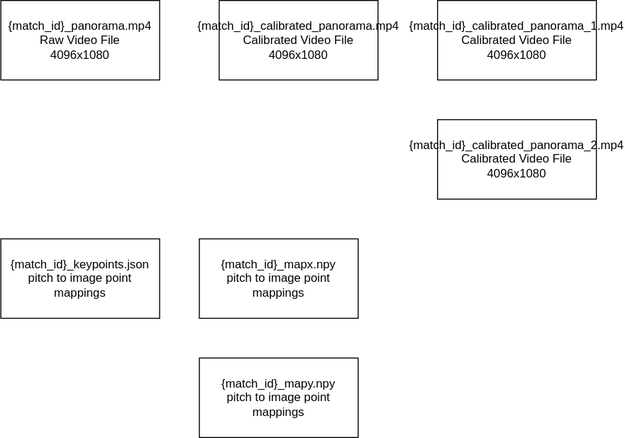
Above: diagrams/ground-truth-creation.drawio.svg in AtomScott/SoccerTrack-v2 (draw.io), before the change. Source tidied: cells renumbered, new cells last; positions are measured from the earlier drawing's top-left corner, leaving out a move shared by most shapes.
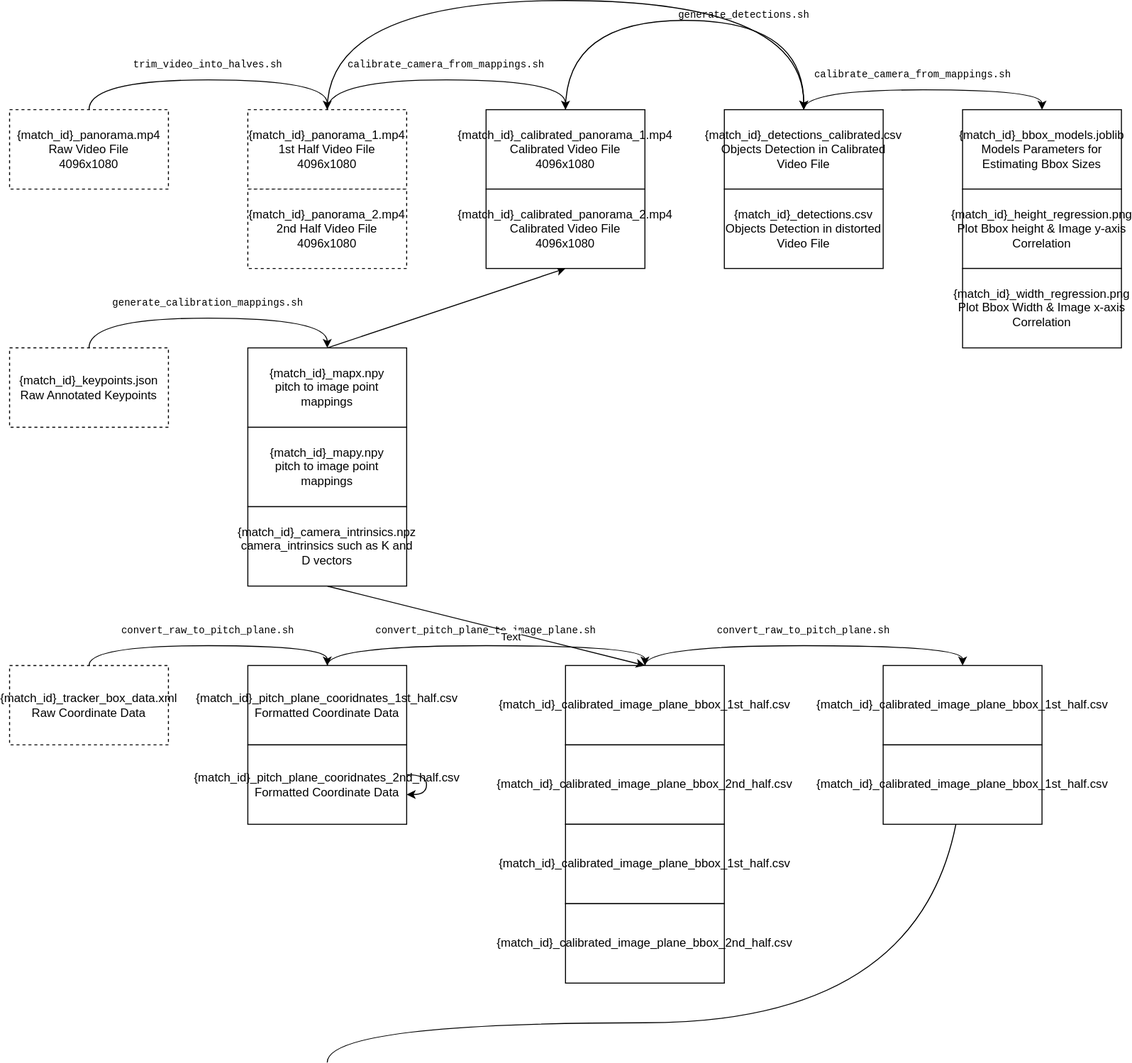
Above is the later version.

Diff of the diagram source:
```diff
@@ -2,26 +2,195 @@
   <root>
     <mxCell id="0" />
     <mxCell id="1" parent="0" />
+    <mxCell id="9" style="edgeStyle=orthogonalEdgeStyle;curved=1;html=1;exitX=0.5;exitY=0;exitDx=0;exitDy=0;entryX=0.5;entryY=0;entryDx=0;entryDy=0;" parent="1" edge="1" source="2" target="3">
+      <mxGeometry relative="1" as="geometry">
+        <Array as="points">
+          <mxPoint x="40" y="-30" />
+          <mxPoint x="280" y="-30" />
+        </Array>
+      </mxGeometry>
+    </mxCell>
+    <mxCell id="10" style="edgeStyle=orthogonalEdgeStyle;curved=1;html=1;exitX=0.5;exitY=0;exitDx=0;exitDy=0;entryX=0.5;entryY=0;entryDx=0;entryDy=0;" parent="1" edge="1" source="2" target="43">
+      <mxGeometry relative="1" as="geometry">
+        <Array as="points">
+          <mxPoint x="40" y="-110" />
+          <mxPoint x="520" y="-110" />
+        </Array>
+      </mxGeometry>
+    </mxCell>
-    <mxCell id="2" value="{match_id}_panorama.mp4&lt;br&gt;Raw Video File&lt;br&gt;4096x1080" style="whiteSpace=wrap;html=1;" parent="1" vertex="1">
-      <mxGeometry width="160" height="80" as="geometry" />
+    <mxCell id="2" value="{match_id}_panorama_1.mp4&lt;br&gt;1st Half Video File&lt;br&gt;4096x1080" style="whiteSpace=wrap;html=1;dashed=1;" parent="1" vertex="1">
+      <mxGeometry x="-40" width="160" height="80" as="geometry" />
     </mxCell>
+    <mxCell id="11" style="edgeStyle=orthogonalEdgeStyle;curved=1;html=1;exitX=0.5;exitY=0;exitDx=0;exitDy=0;entryX=0.5;entryY=0;entryDx=0;entryDy=0;" parent="1" edge="1" source="3" target="43">
+      <mxGeometry relative="1" as="geometry">
+        <Array as="points">
+          <mxPoint x="280" y="-90" />
+          <mxPoint x="520" y="-90" />
+        </Array>
+      </mxGeometry>
+    </mxCell>
-    <mxCell id="3" value="{match_id}_calibrated_panorama.mp4&lt;br&gt;Calibrated Video File&lt;br&gt;4096x1080" style="whiteSpace=wrap;html=1;" parent="1" vertex="1">
-      <mxGeometry x="220" width="160" height="80" as="geometry" />
+    <mxCell id="3" value="{match_id}_calibrated_panorama_1.mp4&lt;br&gt;Calibrated Video File&lt;br&gt;4096x1080" style="whiteSpace=wrap;html=1;" parent="1" vertex="1">
+      <mxGeometry x="200" width="160" height="80" as="geometry" />
     </mxCell>
-    <mxCell id="4" value="{match_id}_calibrated_panorama_1.mp4&lt;br&gt;Calibrated Video File&lt;br&gt;4096x1080" style="whiteSpace=wrap;html=1;" parent="1" vertex="1">
-      <mxGeometry x="440" width="160" height="80" as="geometry" />
-    </mxCell>
-    <mxCell id="5" value="{match_id}_calibrated_panorama_2.mp4&lt;br&gt;Calibrated Video File&lt;br&gt;4096x1080" style="whiteSpace=wrap;html=1;" parent="1" vertex="1">
-      <mxGeometry x="440" y="120" width="160" height="80" as="geometry" />
-    </mxCell>
-    <mxCell id="6" value="{match_id}_keypoints.json&lt;br&gt;pitch to image point mappings" style="whiteSpace=wrap;html=1;" parent="1" vertex="1">
-      <mxGeometry y="240" width="160" height="80" as="geometry" />
+    <mxCell id="6" value="{match_id}_keypoints.json&lt;br&gt;Raw Annotated Keypoints" style="whiteSpace=wrap;html=1;dashed=1;" parent="1" vertex="1">
+      <mxGeometry x="-280" y="240" width="160" height="80" as="geometry" />
     </mxCell>
+    <mxCell id="12" style="edgeStyle=none;html=1;exitX=0.5;exitY=0;exitDx=0;exitDy=0;entryX=0.5;entryY=1;entryDx=0;entryDy=0;" parent="1" edge="1" source="7" target="5">
+      <mxGeometry relative="1" as="geometry" />
+    </mxCell>
     <mxCell id="7" value="{match_id}_mapx.npy&lt;br&gt;pitch to image point mappings" style="whiteSpace=wrap;html=1;" parent="1" vertex="1">
-      <mxGeometry x="200" y="240" width="160" height="80" as="geometry" />
+      <mxGeometry x="-40" y="240" width="160" height="80" as="geometry" />
     </mxCell>
     <mxCell id="8" value="{match_id}_mapy.npy&lt;br&gt;pitch to image point mappings" style="whiteSpace=wrap;html=1;" parent="1" vertex="1">
-      <mxGeometry x="200" y="360" width="160" height="80" as="geometry" />
+      <mxGeometry x="-40" y="320" width="160" height="80" as="geometry" />
     </mxCell>
+    <mxCell id="13" style="edgeStyle=orthogonalEdgeStyle;curved=1;html=1;exitX=0.5;exitY=0;exitDx=0;exitDy=0;entryX=0.5;entryY=0;entryDx=0;entryDy=0;" parent="1" edge="1" source="14" target="16">
+      <mxGeometry relative="1" as="geometry">
+        <Array as="points">
+          <mxPoint x="-200" y="540" />
+          <mxPoint x="40" y="540" />
+        </Array>
+      </mxGeometry>
+    </mxCell>
+    <mxCell id="14" value="{match_id}_tracker_box_data.xml&lt;br&gt;Raw Coordinate Data" style="whiteSpace=wrap;html=1;dashed=1;" parent="1" vertex="1">
+      <mxGeometry x="-280" y="560" width="160" height="80" as="geometry" />
+    </mxCell>
+    <mxCell id="15" style="edgeStyle=orthogonalEdgeStyle;curved=1;html=1;exitX=0.5;exitY=0;exitDx=0;exitDy=0;entryX=0.5;entryY=0;entryDx=0;entryDy=0;" parent="1" edge="1" source="16" target="17">
+      <mxGeometry relative="1" as="geometry">
+        <Array as="points">
+          <mxPoint x="40" y="540" />
+          <mxPoint x="360" y="540" />
+        </Array>
+      </mxGeometry>
+    </mxCell>
+    <mxCell id="16" value="{match_id}_pitch_plane_cooridnates_1st_half.csv&lt;br&gt;Formatted Coordinate&amp;nbsp;Data" style="whiteSpace=wrap;html=1;" parent="1" vertex="1">
+      <mxGeometry x="-40" y="560" width="160" height="80" as="geometry" />
+    </mxCell>
+    <mxCell id="17" value="{match_id}_calibrated_image_plane_bbox_1st_half.csv" style="whiteSpace=wrap;html=1;" parent="1" vertex="1">
+      <mxGeometry x="280" y="560" width="160" height="80" as="geometry" />
+    </mxCell>
+    <mxCell id="18" style="edgeStyle=orthogonalEdgeStyle;html=1;exitX=0.5;exitY=0;exitDx=0;exitDy=0;entryX=0.5;entryY=1;entryDx=0;entryDy=0;curved=1;" parent="1" edge="1" target="19">
+      <mxGeometry relative="1" as="geometry">
+        <mxPoint x="40" y="960" as="sourcePoint" />
+        <Array as="points">
+          <mxPoint x="40" y="920" />
+          <mxPoint x="680" y="920" />
+        </Array>
+      </mxGeometry>
+    </mxCell>
+    <mxCell id="19" value="{match_id}_calibrated_image_plane_bbox_1st_half.csv" style="whiteSpace=wrap;html=1;" parent="1" vertex="1">
+      <mxGeometry x="600" y="560" width="160" height="80" as="geometry" />
+    </mxCell>
+    <mxCell id="20" style="edgeStyle=orthogonalEdgeStyle;curved=1;html=1;exitX=0.5;exitY=0;exitDx=0;exitDy=0;entryX=0.5;entryY=0;entryDx=0;entryDy=0;" parent="1" edge="1">
+      <mxGeometry relative="1" as="geometry">
+        <mxPoint x="-200" y="240" as="sourcePoint" />
+        <mxPoint x="40" y="240" as="targetPoint" />
+        <Array as="points">
+          <mxPoint x="-200" y="210" />
+          <mxPoint x="40" y="210" />
+        </Array>
+      </mxGeometry>
+    </mxCell>
+    <mxCell id="21" value="generate_calibration_mappings.sh" style="text;strokeColor=none;align=center;fillColor=none;html=1;verticalAlign=middle;whiteSpace=wrap;rounded=0;fontFamily=Courier New;fontSize=10;" parent="1" vertex="1">
+      <mxGeometry x="-110" y="180" width="60" height="30" as="geometry" />
+    </mxCell>
+    <mxCell id="22" value="calibrate_camera_from_mappings.sh" style="text;strokeColor=none;align=center;fillColor=none;html=1;verticalAlign=middle;whiteSpace=wrap;rounded=0;fontFamily=Courier New;fontSize=10;" parent="1" vertex="1">
+      <mxGeometry x="130" y="-60" width="60" height="30" as="geometry" />
+    </mxCell>
+    <mxCell id="23" value="{match_id}_panorama.mp4&lt;br&gt;Raw Video File&lt;br&gt;4096x1080" style="whiteSpace=wrap;html=1;dashed=1;" parent="1" vertex="1">
+      <mxGeometry x="-280" width="160" height="80" as="geometry" />
+    </mxCell>
+    <mxCell id="24" style="edgeStyle=orthogonalEdgeStyle;curved=1;html=1;exitX=0.5;exitY=0;exitDx=0;exitDy=0;" parent="1" edge="1" source="23" target="2">
+      <mxGeometry relative="1" as="geometry">
+        <Array as="points">
+          <mxPoint x="-200" y="-30" />
+          <mxPoint x="40" y="-30" />
+        </Array>
+      </mxGeometry>
+    </mxCell>
+    <mxCell id="25" value="trim_video_into_halves.sh" style="text;strokeColor=none;align=center;fillColor=none;html=1;verticalAlign=middle;whiteSpace=wrap;rounded=0;fontFamily=Courier New;fontSize=10;" parent="1" vertex="1">
+      <mxGeometry x="-110" y="-60" width="60" height="30" as="geometry" />
+    </mxCell>
+    <mxCell id="26" value="{match_id}_panorama_2.mp4&lt;br&gt;2nd Half Video File&lt;br&gt;4096x1080" style="whiteSpace=wrap;html=1;dashed=1;" parent="1" vertex="1">
+      <mxGeometry x="-40" y="80" width="160" height="80" as="geometry" />
+    </mxCell>
+    <mxCell id="5" value="{match_id}_calibrated_panorama_2.mp4&lt;br&gt;Calibrated Video File&lt;br&gt;4096x1080" style="whiteSpace=wrap;html=1;" parent="1" vertex="1">
+      <mxGeometry x="200" y="80" width="160" height="80" as="geometry" />
+    </mxCell>
+    <mxCell id="27" value="convert_raw_to_pitch_plane.sh" style="text;strokeColor=none;align=center;fillColor=none;html=1;verticalAlign=middle;whiteSpace=wrap;rounded=0;fontFamily=Courier New;fontSize=10;" parent="1" vertex="1">
+      <mxGeometry x="-192" y="510" width="224" height="30" as="geometry" />
+    </mxCell>
+    <mxCell id="28" value="{match_id}_pitch_plane_cooridnates_2nd_half.csv&lt;br&gt;Formatted Coordinate&amp;nbsp;Data" style="whiteSpace=wrap;html=1;" parent="1" vertex="1">
+      <mxGeometry x="-40" y="640" width="160" height="80" as="geometry" />
+    </mxCell>
+    <mxCell id="29" style="edgeStyle=orthogonalEdgeStyle;curved=1;html=1;" parent="1" edge="1" source="28" target="28">
+      <mxGeometry relative="1" as="geometry" />
+    </mxCell>
+    <mxCell id="30" value="convert_pitch_plane_to_image_plane.sh" style="text;strokeColor=none;align=center;fillColor=none;html=1;verticalAlign=middle;whiteSpace=wrap;rounded=0;fontFamily=Courier New;fontSize=10;" parent="1" vertex="1">
+      <mxGeometry x="50" y="510" width="300" height="30" as="geometry" />
+    </mxCell>
+    <mxCell id="31" value="{match_id}_calibrated_image_plane_bbox_2nd_half.csv" style="whiteSpace=wrap;html=1;" parent="1" vertex="1">
+      <mxGeometry x="280" y="640" width="160" height="80" as="geometry" />
+    </mxCell>
+    <mxCell id="32" value="{match_id}_calibrated_image_plane_bbox_1st_half.csv" style="whiteSpace=wrap;html=1;" parent="1" vertex="1">
+      <mxGeometry x="280" y="720" width="160" height="80" as="geometry" />
+    </mxCell>
+    <mxCell id="33" value="{match_id}_calibrated_image_plane_bbox_2nd_half.csv" style="whiteSpace=wrap;html=1;" parent="1" vertex="1">
+      <mxGeometry x="280" y="800" width="160" height="80" as="geometry" />
+    </mxCell>
+    <mxCell id="34" style="html=1;exitX=0.5;exitY=1;exitDx=0;exitDy=0;entryX=0.5;entryY=0;entryDx=0;entryDy=0;" parent="1" edge="1" source="36" target="17">
+      <mxGeometry relative="1" as="geometry" />
+    </mxCell>
+    <mxCell id="35" value="Text" style="edgeLabel;html=1;align=center;verticalAlign=middle;" parent="34" vertex="1">
+      <mxGeometry x="0.16" y="-4" relative="1" as="geometry" />
+    </mxCell>
+    <mxCell id="36" value="{match_id}_camera_intrinsics.npz&lt;br&gt;camera_intrinsics such as K and D vectors" style="whiteSpace=wrap;html=1;" parent="1" vertex="1">
+      <mxGeometry x="-40" y="400" width="160" height="80" as="geometry" />
+    </mxCell>
+    <mxCell id="37" style="edgeStyle=orthogonalEdgeStyle;curved=1;html=1;exitX=0.5;exitY=0;exitDx=0;exitDy=0;entryX=0.5;entryY=0;entryDx=0;entryDy=0;" parent="1" edge="1">
+      <mxGeometry relative="1" as="geometry">
+        <mxPoint x="360" y="560" as="sourcePoint" />
+        <mxPoint x="680" y="560" as="targetPoint" />
+        <Array as="points">
+          <mxPoint x="360" y="540" />
+          <mxPoint x="680" y="540" />
+        </Array>
+      </mxGeometry>
+    </mxCell>
+    <mxCell id="38" value="convert_raw_to_pitch_plane.sh" style="text;strokeColor=none;align=center;fillColor=none;html=1;verticalAlign=middle;whiteSpace=wrap;rounded=0;fontFamily=Courier New;fontSize=10;" parent="1" vertex="1">
+      <mxGeometry x="370" y="510" width="300" height="30" as="geometry" />
+    </mxCell>
+    <mxCell id="39" value="{match_id}_calibrated_image_plane_bbox_1st_half.csv" style="whiteSpace=wrap;html=1;" parent="1" vertex="1">
+      <mxGeometry x="600" y="640" width="160" height="80" as="geometry" />
+    </mxCell>
+    <mxCell id="40" value="{match_id}_bbox_models.joblib&lt;br&gt;Models Parameters for Estimating Bbox Sizes" style="whiteSpace=wrap;html=1;" parent="1" vertex="1">
+      <mxGeometry x="680" width="160" height="80" as="geometry" />
+    </mxCell>
+    <mxCell id="41" value="{match_id}_height_regression.png&lt;br&gt;Plot Bbox height &amp;amp; Image y-axis Correlation" style="whiteSpace=wrap;html=1;" parent="1" vertex="1">
+      <mxGeometry x="680" y="80" width="160" height="80" as="geometry" />
+    </mxCell>
+    <mxCell id="42" value="{match_id}_width_regression.png&lt;br&gt;Plot Bbox Width &amp;amp; Image x-axis Correlation" style="whiteSpace=wrap;html=1;" parent="1" vertex="1">
+      <mxGeometry x="680" y="160" width="160" height="80" as="geometry" />
+    </mxCell>
+    <mxCell id="43" value="{match_id}_detections_calibrated.csv&lt;br&gt;Objects Detection in Calibrated Video File" style="whiteSpace=wrap;html=1;" parent="1" vertex="1">
+      <mxGeometry x="440" width="160" height="80" as="geometry" />
+    </mxCell>
+    <mxCell id="44" style="edgeStyle=orthogonalEdgeStyle;curved=1;html=1;exitX=0.5;exitY=0;exitDx=0;exitDy=0;" parent="1" edge="1" source="43" target="40">
+      <mxGeometry relative="1" as="geometry">
+        <Array as="points">
+          <mxPoint x="520" y="-20" />
+          <mxPoint x="760" y="-20" />
+        </Array>
+      </mxGeometry>
+    </mxCell>
+    <mxCell id="45" value="calibrate_camera_from_mappings.sh" style="text;strokeColor=none;align=center;fillColor=none;html=1;verticalAlign=middle;whiteSpace=wrap;rounded=0;fontFamily=Courier New;fontSize=10;" parent="1" vertex="1">
+      <mxGeometry x="600" y="-50" width="60" height="30" as="geometry" />
+    </mxCell>
+    <mxCell id="46" value="{match_id}_detections.csv&lt;br&gt;Objects Detection in distorted Video File" style="whiteSpace=wrap;html=1;" parent="1" vertex="1">
+      <mxGeometry x="440" y="80" width="160" height="80" as="geometry" />
+    </mxCell>
+    <mxCell id="47" value="generate_detections.sh" style="text;strokeColor=none;align=center;fillColor=none;html=1;verticalAlign=middle;whiteSpace=wrap;rounded=0;fontFamily=Courier New;fontSize=10;" parent="1" vertex="1">
+      <mxGeometry x="430" y="-110" width="60" height="30" as="geometry" />
+    </mxCell>
   </root>
 </mxGraphModel>
```
